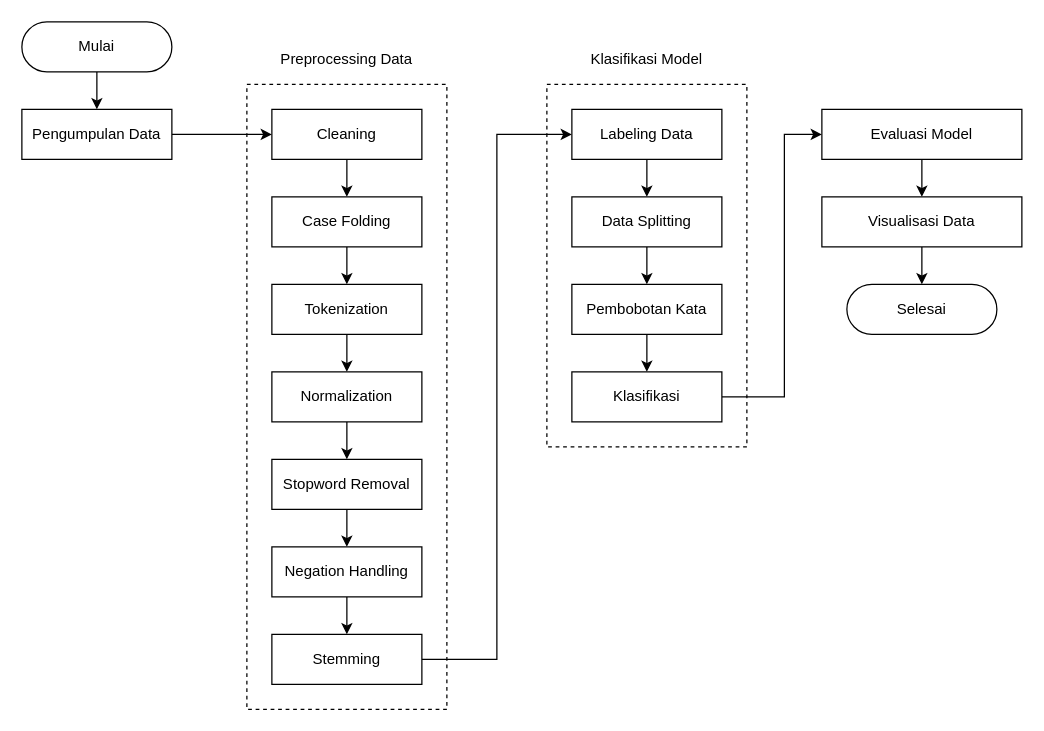
This is page "Flow" (1 of 9) of Untitled Diagram.drawio from mksyfla/analysis-sentiment-using-svm, a draw.io file, before an edit. Source tidied: cells renumbered, new cells numbered last; positions are measured from the earlier drawing's top-left corner, leaving out a move shared by most shapes. Both pictures are drawn from the tidied source at 125%, with x=0, y=0 at pixel (21, 21).
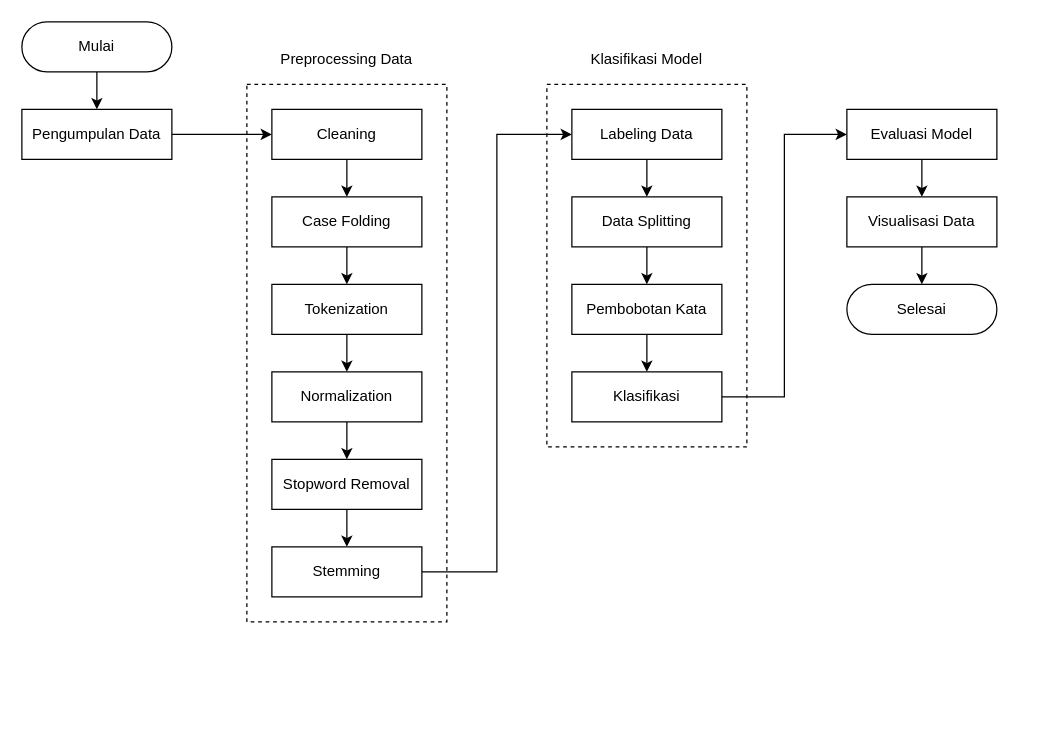
The same page after the edit.

Unchanged cells that the change refers to:
```xml
<mxCell id="17" value="Stopword Removal" style="html=1;dashed=0;whiteSpace=wrap;" parent="1" vertex="1">
  <mxGeometry x="200" y="350" width="120" height="40" as="geometry" />
</mxCell>
<mxCell id="25" value="Labeling Data" style="html=1;dashed=0;whiteSpace=wrap;" parent="1" vertex="1">
  <mxGeometry x="440" y="70" width="120" height="40" as="geometry" />
</mxCell>
```

Change to the diagram source:
```diff
@@
     <mxCell id="3" style="html=1;dashed=1;whiteSpace=wrap;fillColor=none;" parent="1" vertex="1">
-      <mxGeometry x="180" y="50" width="160" height="500" as="geometry" />
+      <mxGeometry x="180" y="50" width="160" height="430" as="geometry" />
     </mxCell>
@@
-    <mxCell id="16" style="edgeStyle=orthogonalEdgeStyle;rounded=0;jettySize=auto;html=1;" parent="1" edge="1" source="17" target="19">
-      <mxGeometry relative="1" as="geometry" />
-    </mxCell>
+    <mxCell id="37" style="edgeStyle=orthogonalEdgeStyle;rounded=0;jettySize=auto;html=1;" parent="1" edge="1" source="17" target="21">
+      <mxGeometry relative="1" as="geometry" />
+    </mxCell>
@@
-    <mxCell id="18" style="edgeStyle=orthogonalEdgeStyle;rounded=0;jettySize=auto;html=1;" parent="1" edge="1" source="19" target="21">
-      <mxGeometry relative="1" as="geometry" />
-    </mxCell>
-    <mxCell id="19" value="Negation Handling" style="html=1;dashed=0;whiteSpace=wrap;" parent="1" vertex="1">
-      <mxGeometry x="200" y="420" width="120" height="40" as="geometry" />
-    </mxCell>
     <mxCell id="20" style="edgeStyle=orthogonalEdgeStyle;rounded=0;jettySize=auto;html=1;" parent="1" edge="1" source="21" target="25">
       <mxGeometry relative="1" as="geometry">
         <Array as="points">
-          <mxPoint x="380" y="510" />
+          <mxPoint x="380" y="440" />
           <mxPoint x="380" y="90" />
         </Array>
       </mxGeometry>
     </mxCell>
     <mxCell id="21" value="Stemming" style="html=1;dashed=0;whiteSpace=wrap;" parent="1" vertex="1">
-      <mxGeometry x="200" y="490" width="120" height="40" as="geometry" />
+      <mxGeometry x="200" y="420" width="120" height="40" as="geometry" />
     </mxCell>
@@
     <mxCell id="23" value="Evaluasi Model" style="html=1;dashed=0;whiteSpace=wrap;" parent="1" vertex="1">
-      <mxGeometry x="640" y="70" width="160" height="40" as="geometry" />
+      <mxGeometry x="660" y="70" width="120" height="40" as="geometry" />
     </mxCell>
@@
     <mxCell id="36" value="Visualisasi Data" style="html=1;dashed=0;whiteSpace=wrap;" parent="1" vertex="1">
-      <mxGeometry x="640" y="140" width="160" height="40" as="geometry" />
+      <mxGeometry x="660" y="140" width="120" height="40" as="geometry" />
     </mxCell>
```
